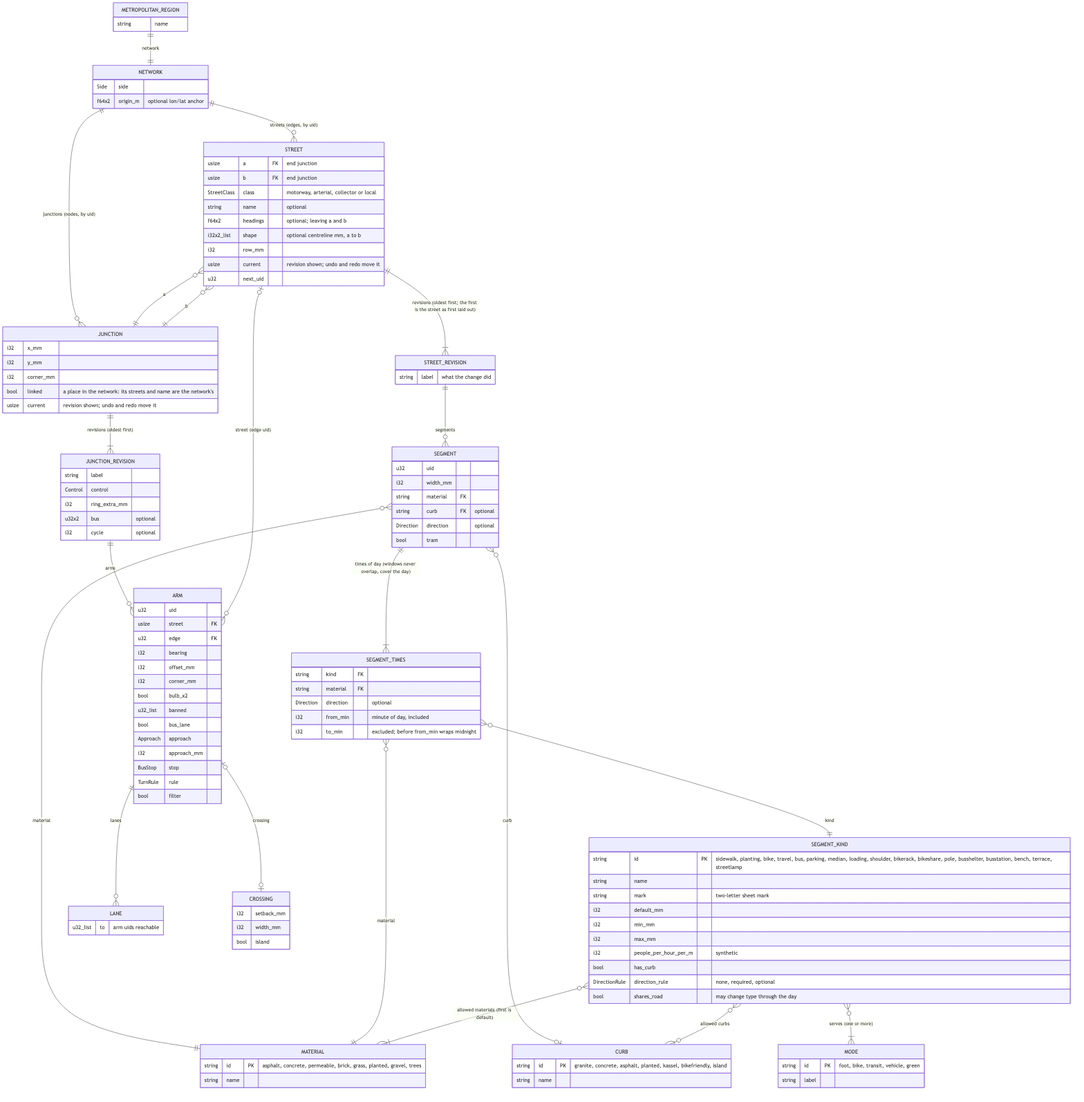
Before: docs/erd.png, a diagram exported from Mermaid (alandovskis/cityloom). Its source is kept beside it as docs/erd.mmd.
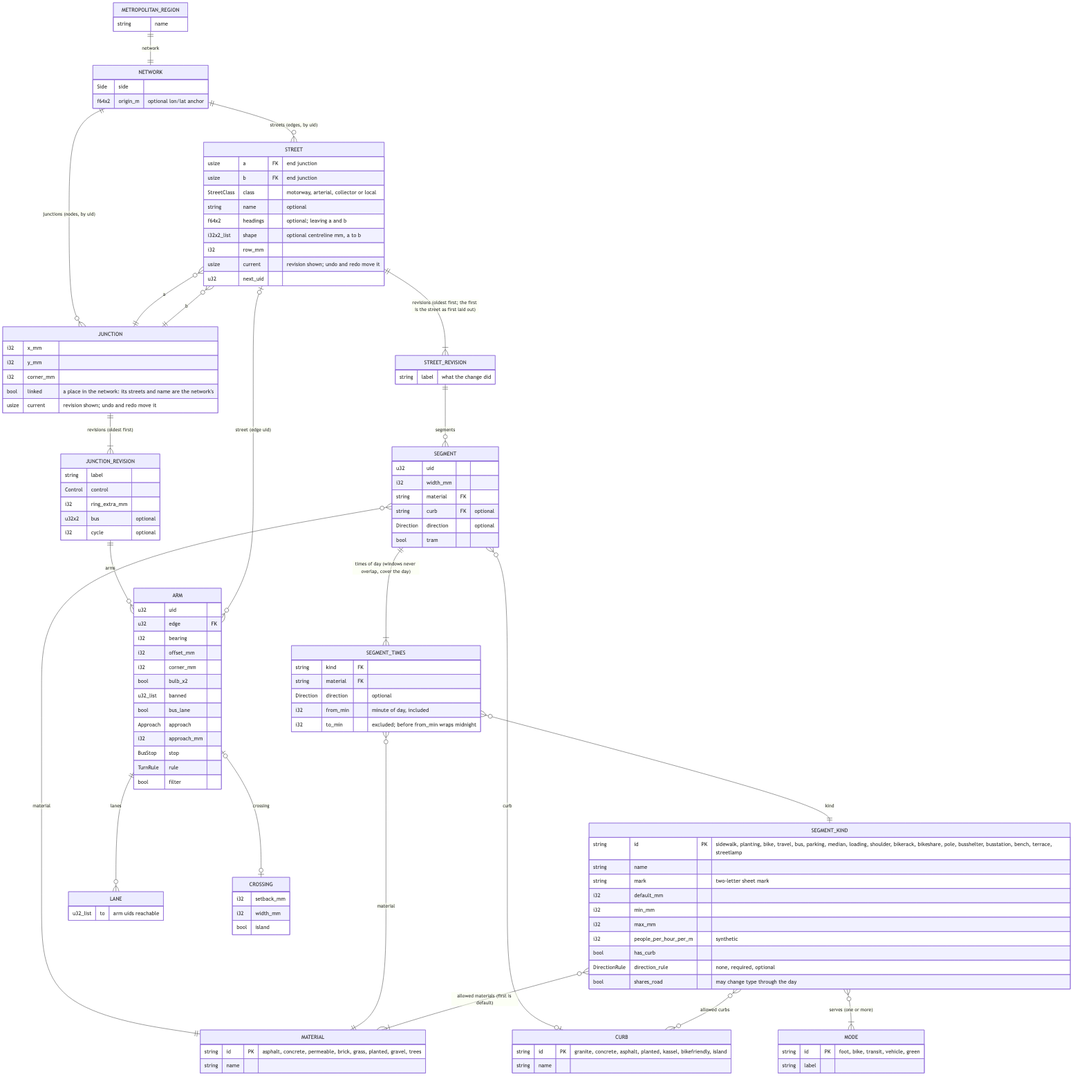
The same file after the commit.

Commit message:
docs(erd): an arm no longer has a street of its own, only its edge

The edit, as a diff of the source:
```diff
@@ -99,7 +99,6 @@
     }
     ARM {
         u32 uid
-        usize street FK
         u32 edge FK
         i32 bearing
         i32 offset_mm
```
